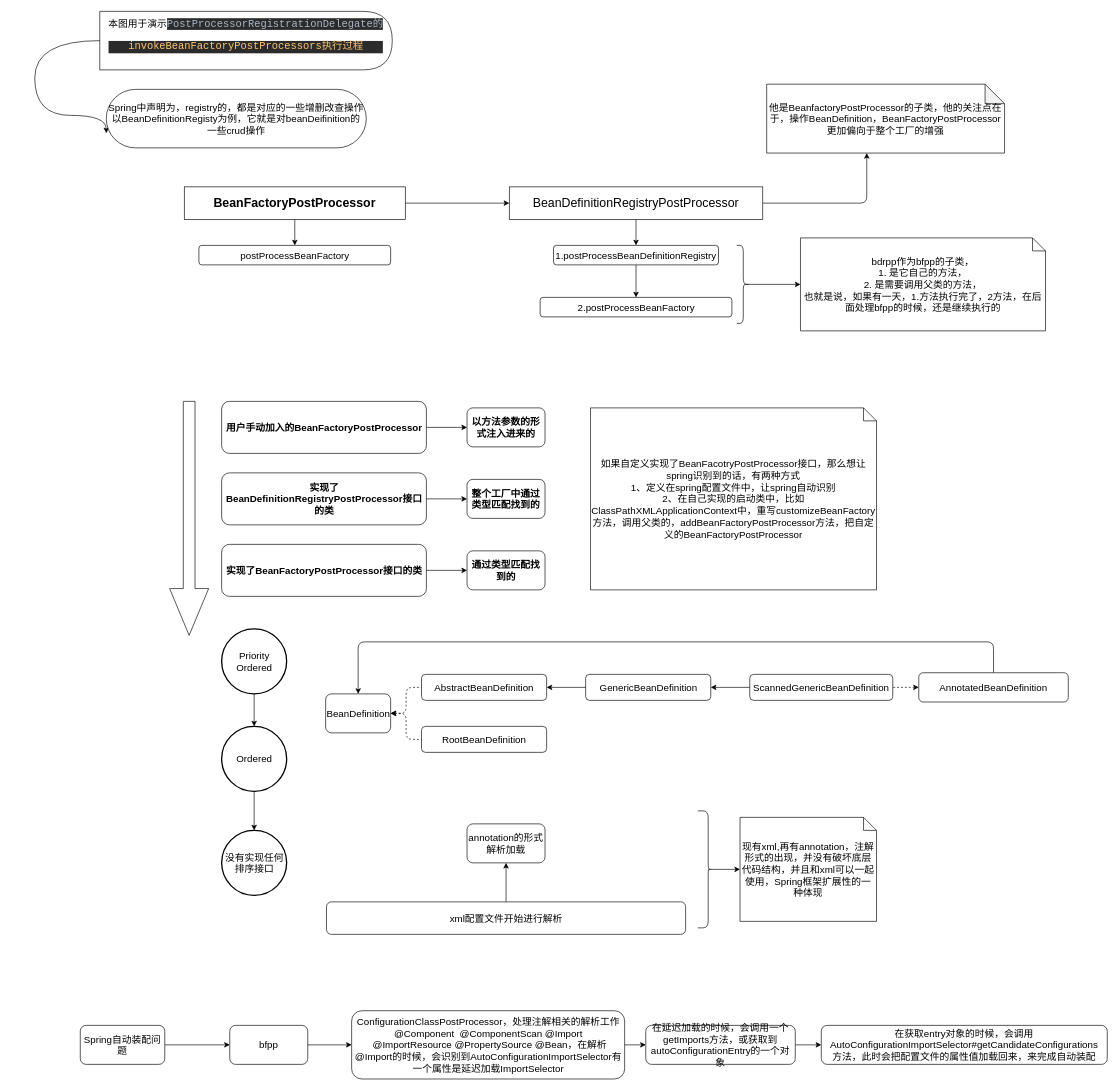
Before: spring/beanFactoryPostProcessor.drawio in ZWYXY/all_images, a draw.io diagram. Source tidied: cells renumbered, new cells numbered last; positions are measured from the earlier drawing's top-left corner, leaving out a move shared by most shapes. Both pictures are drawn from the tidied source at 65%, with x=0, y=0 at pixel (34, 11).
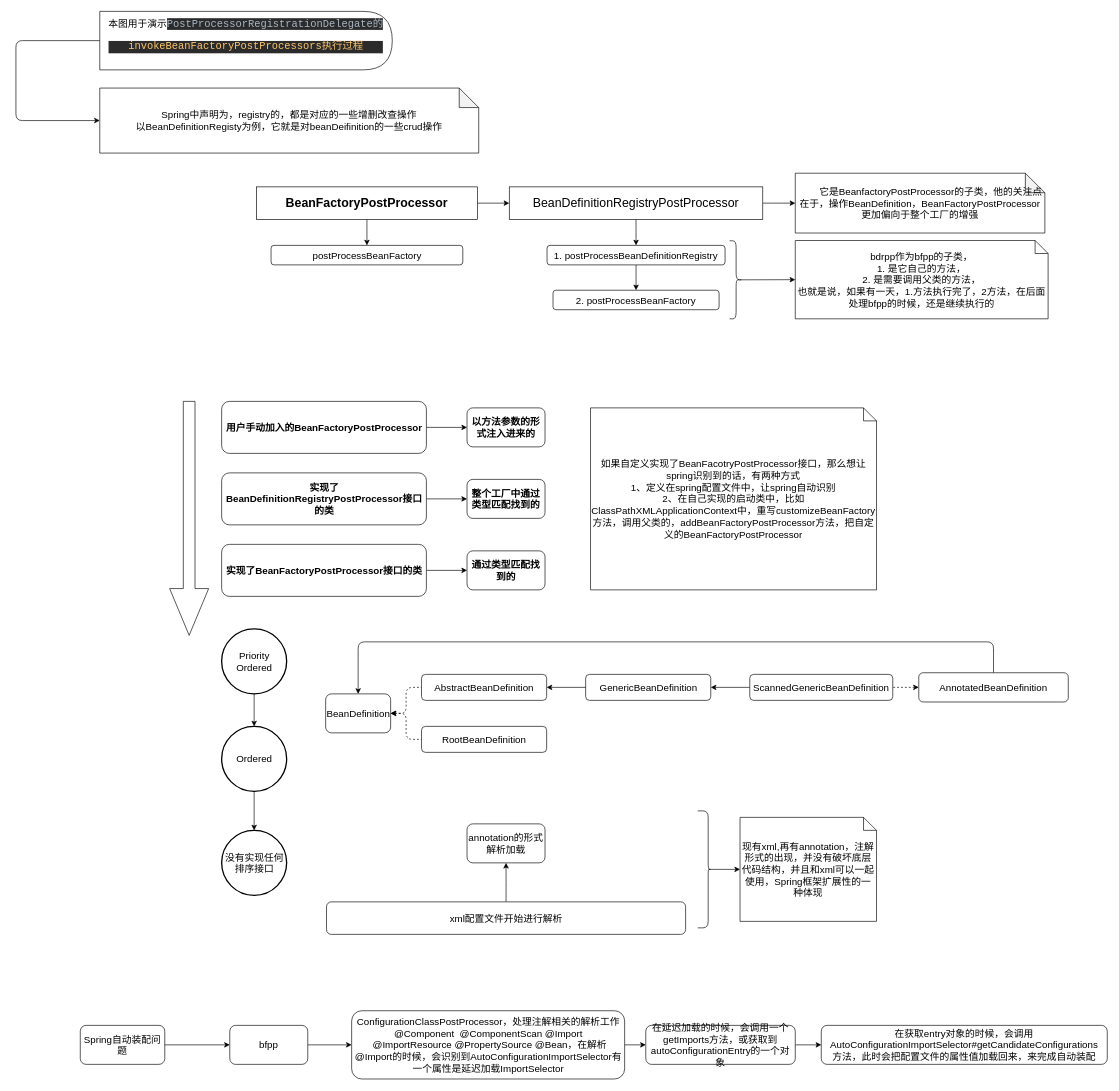
The same page after the edit.

The change refers to these unchanged cells:
```xml
<mxCell id="7" value="&lt;font style=&quot;font-size: 19px&quot;&gt;BeanDefinitionRegistryPostProcessor&lt;/font&gt;" style="rounded=0;whiteSpace=wrap;html=1;" parent="1" vertex="1">
  <mxGeometry x="730" y="270" width="390" height="50" as="geometry" />
</mxCell>
<mxCell id="27" value="本图用于演示&lt;span style=&quot;background-color: rgb(43 , 43 , 43) ; color: rgb(169 , 183 , 198) ; font-family: &amp;#34;jetbrains mono extrabold&amp;#34; , monospace ; font-size: 12pt&quot;&gt;PostProcessorRegistrationDelegate的&lt;br&gt;&lt;/span&gt;&lt;pre style=&quot;background-color: #2b2b2b ; color: #a9b7c6 ; font-family: &amp;#34;jetbrains mono extrabold&amp;#34; , monospace ; font-size: 12.0pt&quot;&gt;&lt;span style=&quot;color: #ffc66d&quot;&gt;invokeBeanFactoryPostProcessors执行过程&lt;/span&gt;&lt;/pre&gt;" style="shape=delay;whiteSpace=wrap;html=1;fontSize=15;" parent="1" vertex="1">
  <mxGeometry x="100" width="450" height="90" as="geometry" />
</mxCell>
```

Change to the diagram source:
```diff
@@
     <mxCell id="4" value="&lt;b&gt;&lt;font style=&quot;font-size: 19px&quot;&gt;BeanFactoryPostProcessor&lt;/font&gt;&lt;/b&gt;" style="rounded=0;whiteSpace=wrap;html=1;" parent="1" vertex="1">
-      <mxGeometry x="230" y="270" width="340" height="50" as="geometry" />
+      <mxGeometry x="341" y="270" width="340" height="50" as="geometry" />
     </mxCell>
@@
-    <mxCell id="6" style="edgeStyle=elbowEdgeStyle;html=1;exitX=1;exitY=0.5;exitDx=0;exitDy=0;elbow=vertical;" parent="1" edge="1" source="7" target="61">
-      <mxGeometry relative="1" as="geometry">
-        <Array as="points">
-          <mxPoint x="1280" y="295" />
-          <mxPoint x="1321" y="288" />
-        </Array>
-      </mxGeometry>
+    <mxCell id="6" style="edgeStyle=elbowEdgeStyle;html=1;exitX=1;exitY=0.5;exitDx=0;exitDy=0;entryX=0;entryY=0.5;entryDx=0;entryDy=0;entryPerimeter=0;" parent="1" edge="1" source="7" target="61">
+      <mxGeometry relative="1" as="geometry" />
     </mxCell>
@@
-    <mxCell id="20" value="1.postProcessBeanDefinitionRegistry" style="rounded=1;whiteSpace=wrap;html=1;fontSize=15;" parent="1" vertex="1">
-      <mxGeometry x="798.1" y="360" width="253.8" height="30" as="geometry" />
+    <mxCell id="20" value="1. postProcessBeanDefinitionRegistry" style="rounded=1;whiteSpace=wrap;html=1;fontSize=15;" parent="1" vertex="1">
+      <mxGeometry x="788.1" y="360" width="273.9" height="30" as="geometry" />
     </mxCell>
     <mxCell id="21" value="postProcessBeanFactory" style="rounded=1;whiteSpace=wrap;html=1;fontSize=15;" parent="1" vertex="1">
-      <mxGeometry x="252.5" y="360" width="295" height="30" as="geometry" />
+      <mxGeometry x="363.5" y="360" width="295" height="30" as="geometry" />
     </mxCell>
-    <mxCell id="22" value="2.postProcessBeanFactory" style="rounded=1;whiteSpace=wrap;html=1;fontSize=15;" parent="1" vertex="1">
-      <mxGeometry x="777.5" y="440" width="295" height="30" as="geometry" />
+    <mxCell id="22" value="2. postProcessBeanFactory" style="rounded=1;whiteSpace=wrap;html=1;fontSize=15;" parent="1" vertex="1">
+      <mxGeometry x="797.3" y="429" width="255.5" height="30" as="geometry" />
     </mxCell>
@@
     <mxCell id="24" style="shape=curlyBracket;whiteSpace=wrap;html=1;rounded=1;flipH=1;fontSize=15;" parent="1" vertex="1">
-      <mxGeometry x="1080" y="360" width="20" height="120" as="geometry" />
+      <mxGeometry x="1069" y="353" width="20" height="120" as="geometry" />
     </mxCell>
     <mxCell id="25" value="bdrpp作为bfpp的子类，&lt;br&gt;1. 是它自己的方法，&lt;br&gt;2. 是需要调用父类的方法，&lt;br&gt;也就是说，如果有一天，1.方法执行完了，2方法，在后面处理bfpp的时候，还是继续执行的" style="shape=note;size=20;whiteSpace=wrap;html=1;fontSize=15;" parent="1" vertex="1">
-      <mxGeometry x="1178" y="348.5" width="377" height="143" as="geometry" />
+      <mxGeometry x="1170" y="352.5" width="389" height="120.5" as="geometry" />
     </mxCell>
-    <mxCell id="26" style="edgeStyle=orthogonalEdgeStyle;html=1;exitX=0;exitY=0.5;exitDx=0;exitDy=0;entryX=0;entryY=0.75;entryDx=0;entryDy=0;fontSize=15;curved=1;" parent="1" edge="1" source="27" target="33">
+    <mxCell id="26" style="edgeStyle=elbowEdgeStyle;html=1;exitX=0;exitY=0.5;exitDx=0;exitDy=0;entryX=0;entryY=0.5;entryDx=0;entryDy=0;entryPerimeter=0;elbow=vertical;" parent="1" edge="1" source="27" target="33">
       <mxGeometry relative="1" as="geometry">
         <Array as="points">
-          <mxPoint y="45" />
-          <mxPoint y="160" />
+          <mxPoint x="-29" y="114" />
         </Array>
       </mxGeometry>
     </mxCell>
@@
-    <mxCell id="33" value="Spring中声明为，registry的，都是对应的一些增删改查操作&lt;br&gt;以BeanDefinitionRegisty为例，它就是对beanDeifinition的一些crud操作" style="whiteSpace=wrap;html=1;rounded=1;arcSize=50;align=center;verticalAlign=middle;strokeWidth=1;spacing=4;newEdgeStyle={&quot;edgeStyle&quot;:&quot;entityRelationEdgeStyle&quot;,&quot;startArrow&quot;:&quot;none&quot;,&quot;endArrow&quot;:&quot;none&quot;,&quot;segment&quot;:10,&quot;curved&quot;:1};fontSize=15;" parent="1" vertex="1">
-      <mxGeometry x="110" y="120" width="400" height="90" as="geometry" />
-    </mxCell>
@@
-    <mxCell id="61" value="&lt;span style=&quot;font-size: 15px&quot;&gt;他是BeanfactoryPostProcessor的子类，他的关注点在于，操作BeanDefinition，BeanFactoryPostProcessor更加偏向于整个工厂的增强&lt;/span&gt;" style="shape=note;whiteSpace=wrap;html=1;backgroundOutline=1;darkOpacity=0.05;" parent="1" vertex="1">
-      <mxGeometry x="1126" y="112" width="366" height="106" as="geometry" />
+    <mxCell id="61" value="&lt;span style=&quot;font-size: 15px&quot;&gt;&lt;span style=&quot;white-space: pre&quot;&gt;&#9;&lt;/span&gt;它是BeanfactoryPostProcessor的子类，他的关注点在于，操作BeanDefinition，BeanFactoryPostProcessor更加偏向于整个工厂的增强&lt;/span&gt;" style="shape=note;whiteSpace=wrap;html=1;backgroundOutline=1;darkOpacity=0.05;" parent="1" vertex="1">
+      <mxGeometry x="1170" y="249" width="384" height="92" as="geometry" />
     </mxCell>
+    <mxCell id="33" value="&lt;span style=&quot;font-size: 15px&quot;&gt;Spring中声明为，registry的，都是对应的一些增删改查操作&lt;/span&gt;&lt;br style=&quot;font-size: 15px&quot;&gt;&lt;span style=&quot;font-size: 15px&quot;&gt;以BeanDefinitionRegisty为例，它就是对beanDeifinition的一些crud操作&lt;/span&gt;" style="shape=note;whiteSpace=wrap;html=1;backgroundOutline=1;darkOpacity=0.05;" parent="1" vertex="1">
+      <mxGeometry x="100" y="118" width="583" height="100" as="geometry" />
+    </mxCell>
```
